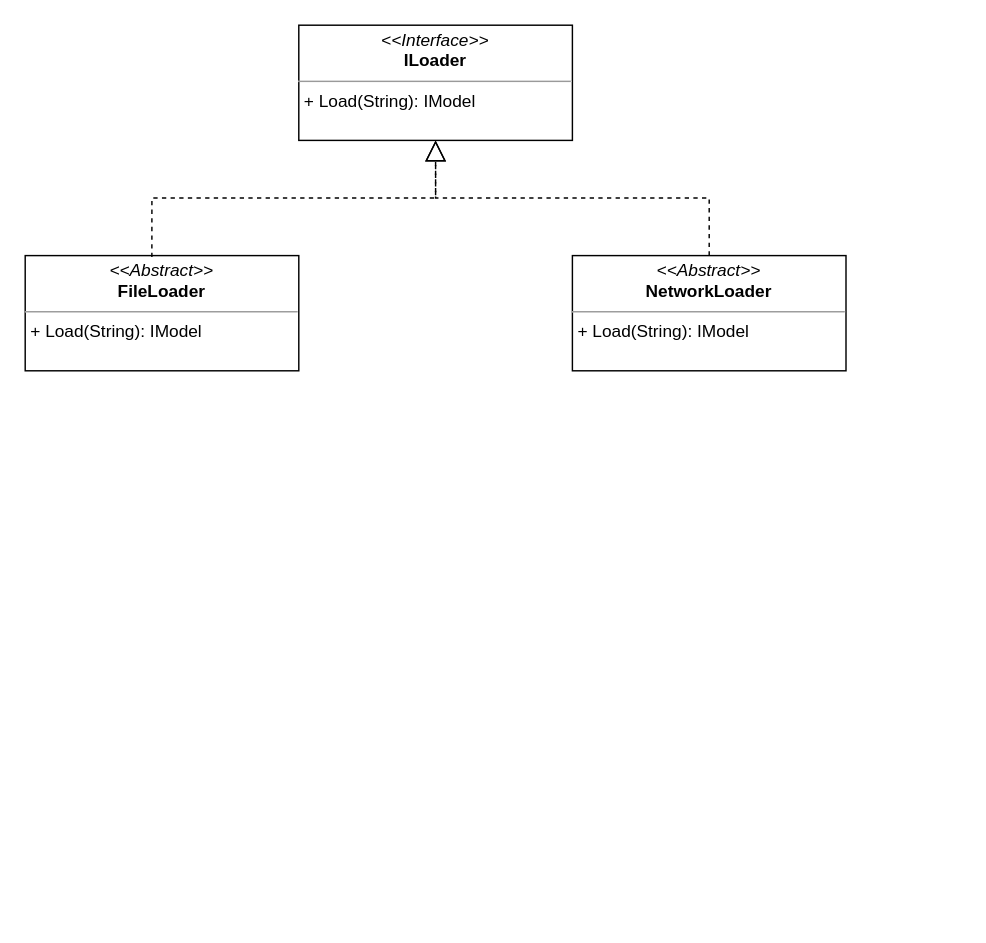
Earlier version of the draw.io diagram page "Loading" (1 of 2) of module_2/Classes.drawio (SheinEA/gb_architect). Source tidied: cells renumbered, new cells numbered last; positions are measured from the earlier drawing's top-left corner, leaving out a move shared by most shapes. Both pictures are drawn from the tidied source at 144%, with x=0, y=0 at pixel (24, 24).
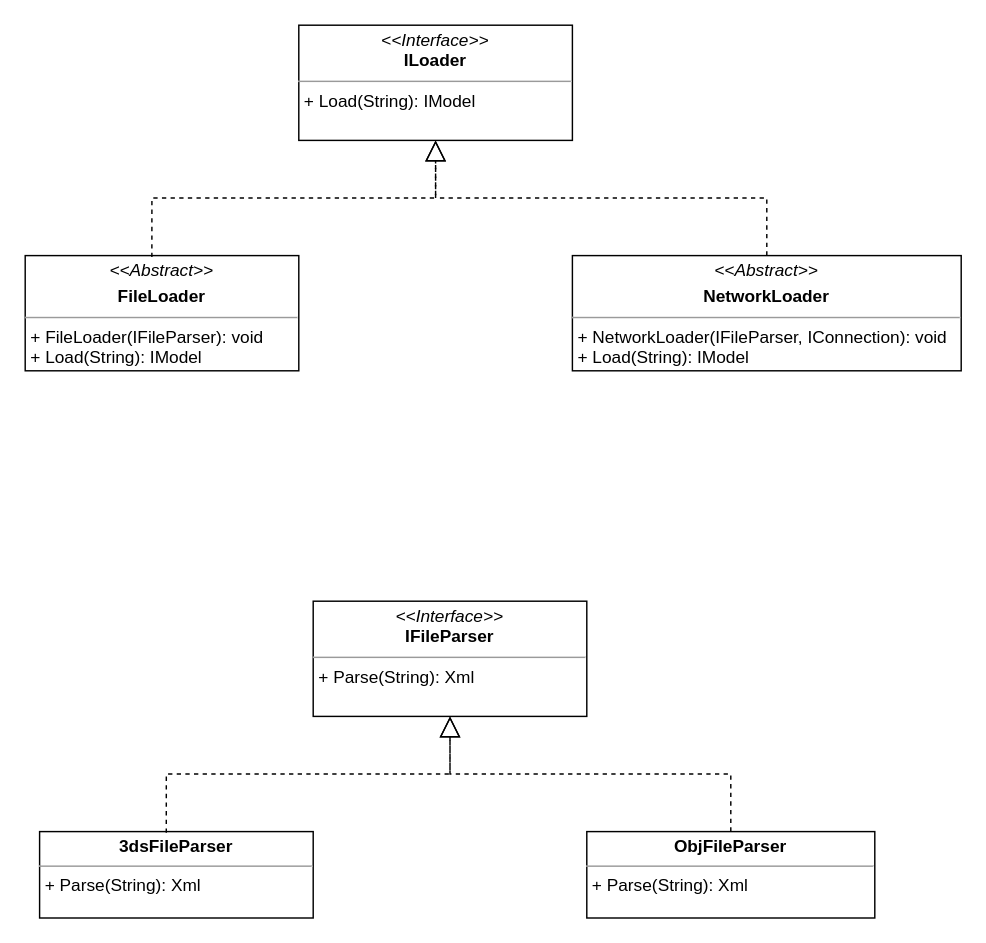
The same page after the edit.

The edit, as a diff of the source:
```diff
@@
 <mxGraphModel>
   <root>
     <mxCell id="0" />
     <mxCell id="1" parent="0" />
     <mxCell id="2" value="&lt;p style=&quot;margin: 0px ; margin-top: 4px ; text-align: center&quot;&gt;&lt;i&gt;&amp;lt;&amp;lt;Interface&amp;gt;&amp;gt;&lt;/i&gt;&lt;br&gt;&lt;b&gt;ILoader&lt;/b&gt;&lt;/p&gt;&lt;hr size=&quot;1&quot;&gt;&lt;p style=&quot;margin: 0px ; margin-left: 4px&quot;&gt;+ Load(String): IModel&lt;br&gt;&lt;/p&gt;" style="verticalAlign=top;align=left;overflow=fill;fontSize=12;fontFamily=Helvetica;html=1;" parent="1" vertex="1">
       <mxGeometry x="190" width="190" height="80" as="geometry" />
     </mxCell>
-    <mxCell id="3" value="&lt;p style=&quot;margin: 0px ; margin-top: 4px ; text-align: center&quot;&gt;&lt;i&gt;&amp;lt;&amp;lt;Abstract&amp;gt;&amp;gt;&lt;/i&gt;&lt;br&gt;&lt;b&gt;FileLoader&lt;/b&gt;&lt;/p&gt;&lt;hr size=&quot;1&quot;&gt;&lt;p style=&quot;margin: 0px ; margin-left: 4px&quot;&gt;+ Load(String): IModel&lt;br&gt;&lt;/p&gt;" style="verticalAlign=top;align=left;overflow=fill;fontSize=12;fontFamily=Helvetica;html=1;" parent="1" vertex="1">
+    <mxCell id="3" value="&lt;p style=&quot;margin: 0px ; margin-top: 4px ; text-align: center&quot;&gt;&lt;i style=&quot;outline: 0px&quot;&gt;&amp;lt;&amp;lt;Abstract&amp;gt;&amp;gt;&lt;/i&gt;&lt;b&gt;&lt;br&gt;&lt;/b&gt;&lt;/p&gt;&lt;p style=&quot;margin: 0px ; margin-top: 4px ; text-align: center&quot;&gt;&lt;b&gt;FileLoader&lt;/b&gt;&lt;/p&gt;&lt;hr size=&quot;1&quot;&gt;&lt;p style=&quot;margin: 0px ; margin-left: 4px&quot;&gt;+ FileLoader(IFileParser): void&lt;/p&gt;&lt;p style=&quot;margin: 0px ; margin-left: 4px&quot;&gt;+ Load(String): IModel&lt;br&gt;&lt;/p&gt;" style="verticalAlign=top;align=left;overflow=fill;fontSize=12;fontFamily=Helvetica;html=1;" parent="1" vertex="1">
       <mxGeometry y="160" width="190" height="80" as="geometry" />
     </mxCell>
-    <mxCell id="4" value="&lt;p style=&quot;margin: 0px ; margin-top: 4px ; text-align: center&quot;&gt;&lt;i&gt;&amp;lt;&amp;lt;Abstract&amp;gt;&amp;gt;&lt;/i&gt;&lt;br&gt;&lt;b&gt;NetworkLoader&lt;/b&gt;&lt;/p&gt;&lt;hr size=&quot;1&quot;&gt;&lt;p style=&quot;margin: 0px ; margin-left: 4px&quot;&gt;+ Load(String): IModel&lt;br&gt;&lt;/p&gt;" style="verticalAlign=top;align=left;overflow=fill;fontSize=12;fontFamily=Helvetica;html=1;" parent="1" vertex="1">
-      <mxGeometry x="380" y="160" width="190" height="80" as="geometry" />
+    <mxCell id="4" value="&lt;p style=&quot;margin: 0px ; margin-top: 4px ; text-align: center&quot;&gt;&lt;i style=&quot;outline: 0px&quot;&gt;&amp;lt;&amp;lt;Abstract&amp;gt;&amp;gt;&lt;/i&gt;&lt;b&gt;&lt;br&gt;&lt;/b&gt;&lt;/p&gt;&lt;p style=&quot;margin: 0px ; margin-top: 4px ; text-align: center&quot;&gt;&lt;b&gt;NetworkLoader&lt;/b&gt;&lt;/p&gt;&lt;hr size=&quot;1&quot;&gt;&lt;p style=&quot;margin: 0px ; margin-left: 4px&quot;&gt;+ NetworkLoader(IFileParser, IConnection): void&lt;/p&gt;&lt;p style=&quot;margin: 0px ; margin-left: 4px&quot;&gt;+ Load(String): IModel&lt;/p&gt;" style="verticalAlign=top;align=left;overflow=fill;fontSize=12;fontFamily=Helvetica;html=1;" parent="1" vertex="1">
+      <mxGeometry x="380" y="160" width="270" height="80" as="geometry" />
     </mxCell>
     <mxCell id="5" style="endArrow=block;dashed=1;endFill=0;endSize=12;html=1;entryX=0.5;entryY=1;entryDx=0;entryDy=0;exitX=0.463;exitY=0.013;exitDx=0;exitDy=0;exitPerimeter=0;edgeStyle=orthogonalEdgeStyle;rounded=0;" parent="1" edge="1" source="3" target="2">
       <mxGeometry relative="1" as="geometry" />
     </mxCell>
     <mxCell id="6" style="endArrow=block;dashed=1;endFill=0;endSize=12;html=1;exitX=0.5;exitY=0;exitDx=0;exitDy=0;edgeStyle=orthogonalEdgeStyle;rounded=0;" parent="1" edge="1" source="4" target="2">
       <mxGeometry relative="1" as="geometry" />
     </mxCell>
+    <mxCell id="7" value="&lt;p style=&quot;margin: 0px ; margin-top: 4px ; text-align: center&quot;&gt;&lt;i&gt;&amp;lt;&amp;lt;Interface&amp;gt;&amp;gt;&lt;/i&gt;&lt;br&gt;&lt;b&gt;IFileParser&lt;/b&gt;&lt;/p&gt;&lt;hr size=&quot;1&quot;&gt;&lt;p style=&quot;margin: 0px ; margin-left: 4px&quot;&gt;+ Parse(String): Xml&lt;br&gt;&lt;/p&gt;" style="verticalAlign=top;align=left;overflow=fill;fontSize=12;fontFamily=Helvetica;html=1;" parent="1" vertex="1">
+      <mxGeometry x="200" y="400" width="190" height="80" as="geometry" />
+    </mxCell>
+    <mxCell id="8" value="&lt;p style=&quot;margin: 0px ; margin-top: 4px ; text-align: center&quot;&gt;&lt;b&gt;3dsFileParser&lt;/b&gt;&lt;/p&gt;&lt;hr size=&quot;1&quot;&gt;&lt;p style=&quot;margin: 0px ; margin-left: 4px&quot;&gt;+ Parse(String): Xml&lt;br&gt;&lt;/p&gt;" style="verticalAlign=top;align=left;overflow=fill;fontSize=12;fontFamily=Helvetica;html=1;" parent="1" vertex="1">
+      <mxGeometry x="10" y="560" width="190" height="60" as="geometry" />
+    </mxCell>
+    <mxCell id="9" value="&lt;p style=&quot;outline: 0px ; margin: 4px 0px 0px ; text-align: center&quot;&gt;&lt;b style=&quot;outline: 0px&quot;&gt;ObjFileParser&lt;/b&gt;&lt;/p&gt;&lt;hr size=&quot;1&quot;&gt;&lt;p style=&quot;margin: 0px 0px 0px 4px&quot;&gt;+ Parse(String): Xml&lt;/p&gt;" style="verticalAlign=top;align=left;overflow=fill;fontSize=12;fontFamily=Helvetica;html=1;" parent="1" vertex="1">
+      <mxGeometry x="390" y="560" width="200" height="60" as="geometry" />
+    </mxCell>
+    <mxCell id="10" style="endArrow=block;dashed=1;endFill=0;endSize=12;html=1;entryX=0.5;entryY=1;entryDx=0;entryDy=0;exitX=0.463;exitY=0.013;exitDx=0;exitDy=0;exitPerimeter=0;edgeStyle=orthogonalEdgeStyle;rounded=0;" parent="1" edge="1" source="8" target="7">
+      <mxGeometry relative="1" as="geometry" />
+    </mxCell>
+    <mxCell id="11" style="endArrow=block;dashed=1;endFill=0;endSize=12;html=1;exitX=0.5;exitY=0;exitDx=0;exitDy=0;edgeStyle=orthogonalEdgeStyle;rounded=0;" parent="1" edge="1" source="9" target="7">
+      <mxGeometry relative="1" as="geometry" />
+    </mxCell>
   </root>
 </mxGraphModel>
```
